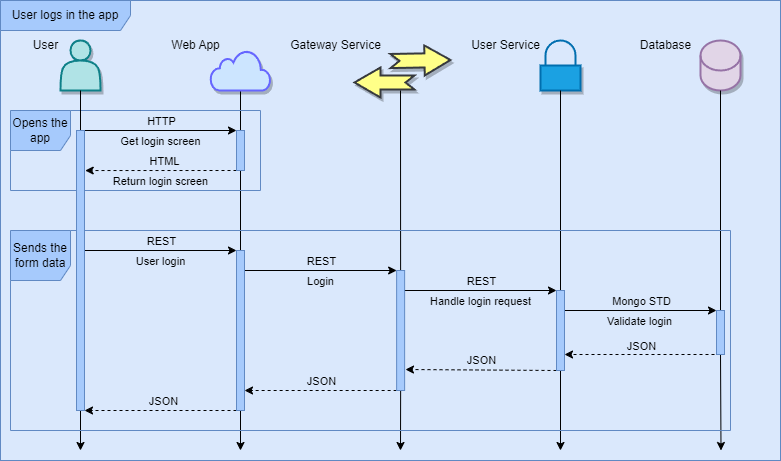
This is docs/images/06_login.drawio.png from Arquisoft/wiq_es05b, a draw.io export, as it was before one commit. Source tidied: cells renumbered, new cells last; positions are measured from the earlier drawing's top-left corner, leaving out a move shared by most shapes.
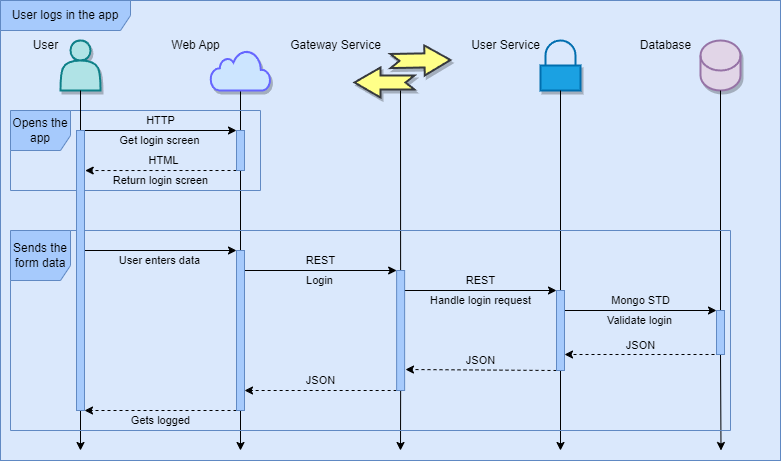
After the commit.

Commit message:
Added another sequence diagram

Change to the diagram source:
```diff
@@ -84,16 +84,11 @@
         <mxPoint x="80" y="250" as="sourcePoint" />
       </mxGeometry>
     </mxCell>
-    <mxCell id="21" value="User login" style="edgeLabel;html=1;align=center;verticalAlign=middle;labelBackgroundColor=none;" parent="20" vertex="1">
+    <mxCell id="21" value="User enters data" style="edgeLabel;html=1;align=center;verticalAlign=middle;labelBackgroundColor=none;" parent="20" vertex="1">
       <mxGeometry x="-0.39" relative="1" as="geometry">
         <mxPoint x="31" y="10" as="offset" />
       </mxGeometry>
     </mxCell>
-    <mxCell id="22" value="REST" style="edgeLabel;html=1;align=center;verticalAlign=middle;labelBackgroundColor=none;" parent="20" vertex="1">
-      <mxGeometry x="-0.08" y="2" relative="1" as="geometry">
-        <mxPoint x="8" y="-8" as="offset" />
-      </mxGeometry>
-    </mxCell>
     <mxCell id="23" style="endArrow=classic;html=1;entryX=0;entryY=0;entryDx=0;entryDy=0;" parent="6" edge="1" target="53">
       <mxGeometry relative="1" as="geometry">
         <mxPoint x="400" y="290" as="sourcePoint" />
@@ -163,11 +158,11 @@
     <mxCell id="36" style="endArrow=classic;html=1;dashed=1;exitX=0;exitY=1;exitDx=0;exitDy=0;entryX=1;entryY=1;entryDx=0;entryDy=0;" parent="6" edge="1" source="49" target="59">
       <mxGeometry relative="1" as="geometry" />
     </mxCell>
-    <mxCell id="37" value="JSON" style="edgeLabel;html=1;align=center;verticalAlign=middle;labelBackgroundColor=none;" parent="36" vertex="1">
-      <mxGeometry x="0.05" y="-2" relative="1" as="geometry">
-        <mxPoint x="6" y="-8" as="offset" />
-      </mxGeometry>
-    </mxCell>
+    <mxCell id="60" value="Gets logged" style="edgeLabel;html=1;align=center;verticalAlign=middle;labelBackgroundColor=none;" parent="36" vertex="1">
+      <mxGeometry x="-0.36" y="1" relative="1" as="geometry">
+        <mxPoint x="-27" y="9" as="offset" />
+      </mxGeometry>
+    </mxCell>
     <mxCell id="38" style="html=1;verticalLabelPosition=bottom;align=center;labelBackgroundColor=#ffffff;verticalAlign=top;strokeWidth=2;strokeColor=#6666FF;shadow=1;dashed=0;shape=mxgraph.ios7.icons.cloud;fillColor=#cce5ff;" parent="6" vertex="1">
       <mxGeometry x="210" y="50" width="60" height="40" as="geometry" />
     </mxCell>
```
